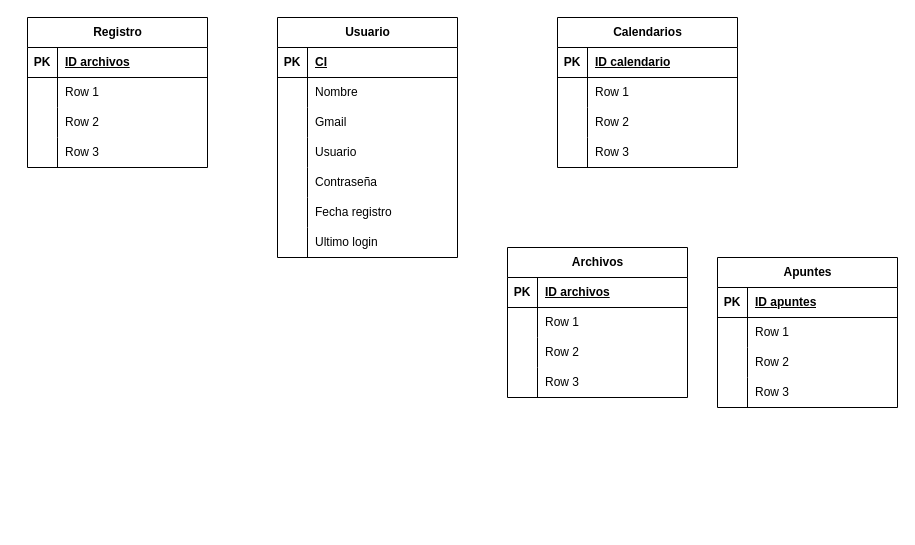
The draw.io diagram EDUCONNECTMR.drawio in Arcxcad/3ro-bt-informatica, before the edit. Source tidied: cells renumbered, new cells numbered last; positions are measured from the earlier drawing's top-left corner, leaving out a move shared by most shapes. Both pictures are drawn from the tidied source at 100%, with x=0, y=0 at pixel (27, 17).
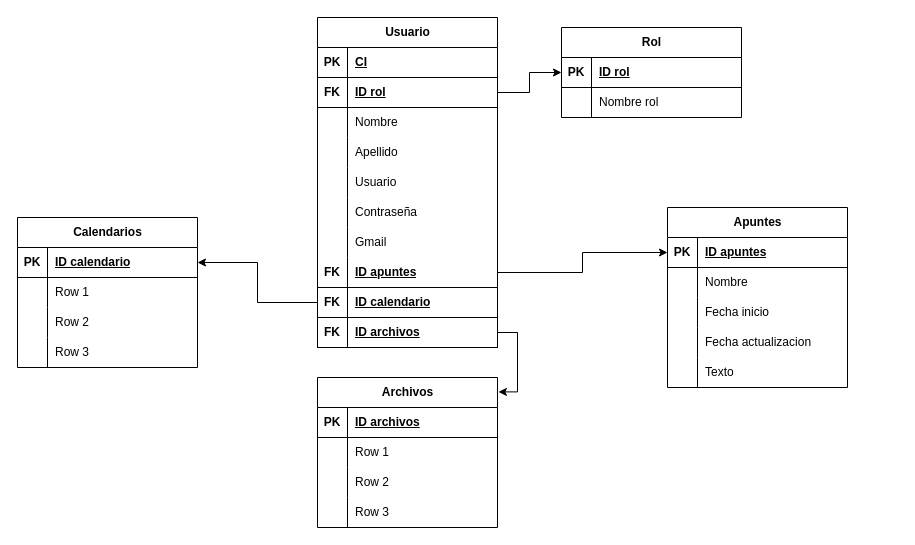
Above is the later version.

The change refers to these unchanged cells:
```xml
<mxCell id="21" style="shape=tableRow;horizontal=0;startSize=0;swimlaneHead=0;swimlaneBody=0;fillColor=none;top=0;left=0;right=0;bottom=0;" parent="2" vertex="1">
  <mxGeometry y="210" width="180" height="30" as="geometry" />
</mxCell>
<mxCell id="25" style="shape=tableRow;horizontal=0;startSize=0;swimlaneHead=0;swimlaneBody=0;fillColor=none;points=[[0,0.5],[1,0.5]];portConstraint=eastwest;top=0;left=0;right=0;bottom=1;" parent="24" vertex="1">
  <mxGeometry y="30" width="180" height="30" as="geometry" />
</mxCell>
<mxCell id="38" style="shape=tableRow;horizontal=0;startSize=0;swimlaneHead=0;swimlaneBody=0;fillColor=none;points=[[0,0.5],[1,0.5]];portConstraint=eastwest;top=0;left=0;right=0;bottom=1;" parent="37" vertex="1">
  <mxGeometry y="30" width="180" height="30" as="geometry" />
</mxCell>
<mxCell id="41" style="shape=tableRow;horizontal=0;startSize=0;swimlaneHead=0;swimlaneBody=0;fillColor=none;top=0;left=0;right=0;bottom=0;" parent="37" vertex="1">
  <mxGeometry y="60" width="180" height="30" as="geometry" />
</mxCell>
<mxCell id="44" style="shape=tableRow;horizontal=0;startSize=0;swimlaneHead=0;swimlaneBody=0;fillColor=none;top=0;left=0;right=0;bottom=0;" parent="37" vertex="1">
  <mxGeometry y="90" width="180" height="30" as="geometry" />
</mxCell>
<mxCell id="47" style="shape=tableRow;horizontal=0;startSize=0;swimlaneHead=0;swimlaneBody=0;fillColor=none;top=0;left=0;right=0;bottom=0;" parent="37" vertex="1">
  <mxGeometry y="120" width="180" height="30" as="geometry" />
</mxCell>
```

The edit, as a diff of the source:
```diff
@@
     <mxCell id="2" value="Usuario" style="shape=table;startSize=30;childLayout=tableLayout;rowLines=0;fontStyle=1;align=center;html=1;" parent="1" vertex="1">
-      <mxGeometry x="250" width="180" height="240" as="geometry" />
+      <mxGeometry x="290" width="180" height="330" as="geometry" />
     </mxCell>
@@
+    <mxCell id="76" style="shape=tableRow;horizontal=0;startSize=0;swimlaneHead=0;swimlaneBody=0;fillColor=none;points=[[0,0.5],[1,0.5]];portConstraint=eastwest;top=0;left=0;right=0;bottom=1;" parent="2" vertex="1">
+      <mxGeometry y="60" width="180" height="30" as="geometry" />
+    </mxCell>
+    <mxCell id="77" value="FK" style="shape=partialRectangle;fillColor=none;top=0;left=0;bottom=0;right=0;fontStyle=1;overflow=hidden;whiteSpace=wrap;html=1;" parent="76" vertex="1">
+      <mxGeometry width="30" height="30" as="geometry" />
+    </mxCell>
+    <mxCell id="78" value="ID rol" style="shape=partialRectangle;fillColor=none;top=0;left=0;bottom=0;right=0;align=left;spacingLeft=6;fontStyle=5;overflow=hidden;whiteSpace=wrap;html=1;" parent="76" vertex="1">
+      <mxGeometry x="30" width="150" height="30" as="geometry" />
+    </mxCell>
     <mxCell id="6" style="shape=tableRow;horizontal=0;startSize=0;swimlaneHead=0;swimlaneBody=0;fillColor=none;top=0;left=0;right=0;bottom=0;" parent="2" vertex="1">
-      <mxGeometry y="60" width="180" height="30" as="geometry" />
+      <mxGeometry y="90" width="180" height="30" as="geometry" />
     </mxCell>
@@
     <mxCell id="9" style="shape=tableRow;horizontal=0;startSize=0;swimlaneHead=0;swimlaneBody=0;fillColor=none;top=0;left=0;right=0;bottom=0;" parent="2" vertex="1">
-      <mxGeometry y="90" width="180" height="30" as="geometry" />
+      <mxGeometry y="120" width="180" height="30" as="geometry" />
     </mxCell>
@@
-    <mxCell id="11" value="Gmail" style="shape=partialRectangle;fillColor=none;top=0;left=0;bottom=0;right=0;align=left;spacingLeft=6;overflow=hidden;whiteSpace=wrap;html=1;" parent="9" vertex="1">
+    <mxCell id="11" value="Apellido" style="shape=partialRectangle;fillColor=none;top=0;left=0;bottom=0;right=0;align=left;spacingLeft=6;overflow=hidden;whiteSpace=wrap;html=1;" parent="9" vertex="1">
       <mxGeometry x="30" width="150" height="30" as="geometry" />
     </mxCell>
     <mxCell id="12" style="shape=tableRow;horizontal=0;startSize=0;swimlaneHead=0;swimlaneBody=0;fillColor=none;top=0;left=0;right=0;bottom=0;" parent="2" vertex="1">
-      <mxGeometry y="120" width="180" height="30" as="geometry" />
+      <mxGeometry y="150" width="180" height="30" as="geometry" />
     </mxCell>
@@
     <mxCell id="15" style="shape=tableRow;horizontal=0;startSize=0;swimlaneHead=0;swimlaneBody=0;fillColor=none;top=0;left=0;right=0;bottom=0;" parent="2" vertex="1">
-      <mxGeometry y="150" width="180" height="30" as="geometry" />
+      <mxGeometry y="180" width="180" height="30" as="geometry" />
     </mxCell>
@@
-    <mxCell id="18" style="shape=tableRow;horizontal=0;startSize=0;swimlaneHead=0;swimlaneBody=0;fillColor=none;top=0;left=0;right=0;bottom=0;" parent="2" vertex="1">
-      <mxGeometry y="180" width="180" height="30" as="geometry" />
-    </mxCell>
-    <mxCell id="19" style="shape=partialRectangle;fillColor=none;top=0;left=0;bottom=0;right=0;overflow=hidden;whiteSpace=wrap;html=1;" parent="18" vertex="1">
-      <mxGeometry width="30" height="30" as="geometry" />
-    </mxCell>
-    <mxCell id="20" value="Fecha registro" style="shape=partialRectangle;fillColor=none;top=0;left=0;bottom=0;right=0;align=left;spacingLeft=6;overflow=hidden;whiteSpace=wrap;html=1;" parent="18" vertex="1">
-      <mxGeometry x="30" width="150" height="30" as="geometry" />
-    </mxCell>
@@
-    <mxCell id="22" style="shape=partialRectangle;fillColor=none;top=0;left=0;bottom=0;right=0;overflow=hidden;whiteSpace=wrap;html=1;" parent="21" vertex="1">
-      <mxGeometry width="30" height="30" as="geometry" />
-    </mxCell>
-    <mxCell id="23" value="Ultimo login" style="shape=partialRectangle;fillColor=none;top=0;left=0;bottom=0;right=0;align=left;spacingLeft=6;overflow=hidden;whiteSpace=wrap;html=1;" parent="21" vertex="1">
-      <mxGeometry x="30" width="150" height="30" as="geometry" />
-    </mxCell>
+    <mxCell id="79" style="shape=partialRectangle;fillColor=none;top=0;left=0;bottom=0;right=0;overflow=hidden;whiteSpace=wrap;html=1;" parent="21" vertex="1">
+      <mxGeometry width="30" height="30" as="geometry" />
+    </mxCell>
+    <mxCell id="80" value="Gmail" style="shape=partialRectangle;fillColor=none;top=0;left=0;bottom=0;right=0;align=left;spacingLeft=6;overflow=hidden;whiteSpace=wrap;html=1;" parent="21" vertex="1">
+      <mxGeometry x="30" width="150" height="30" as="geometry" />
+    </mxCell>
+    <mxCell id="81" style="shape=tableRow;horizontal=0;startSize=0;swimlaneHead=0;swimlaneBody=0;fillColor=none;points=[[0,0.5],[1,0.5]];portConstraint=eastwest;top=0;left=0;right=0;bottom=1;" parent="2" vertex="1">
+      <mxGeometry y="240" width="180" height="30" as="geometry" />
+    </mxCell>
+    <mxCell id="82" value="FK" style="shape=partialRectangle;fillColor=none;top=0;left=0;bottom=0;right=0;fontStyle=1;overflow=hidden;whiteSpace=wrap;html=1;" parent="81" vertex="1">
+      <mxGeometry width="30" height="30" as="geometry" />
+    </mxCell>
+    <mxCell id="83" value="ID apuntes" style="shape=partialRectangle;fillColor=none;top=0;left=0;bottom=0;right=0;align=left;spacingLeft=6;fontStyle=5;overflow=hidden;whiteSpace=wrap;html=1;" parent="81" vertex="1">
+      <mxGeometry x="30" width="150" height="30" as="geometry" />
+    </mxCell>
+    <mxCell id="84" style="shape=tableRow;horizontal=0;startSize=0;swimlaneHead=0;swimlaneBody=0;fillColor=none;points=[[0,0.5],[1,0.5]];portConstraint=eastwest;top=0;left=0;right=0;bottom=1;" parent="2" vertex="1">
+      <mxGeometry y="270" width="180" height="30" as="geometry" />
+    </mxCell>
+    <mxCell id="85" value="FK" style="shape=partialRectangle;fillColor=none;top=0;left=0;bottom=0;right=0;fontStyle=1;overflow=hidden;whiteSpace=wrap;html=1;" parent="84" vertex="1">
+      <mxGeometry width="30" height="30" as="geometry" />
+    </mxCell>
+    <mxCell id="86" value="ID calendario" style="shape=partialRectangle;fillColor=none;top=0;left=0;bottom=0;right=0;align=left;spacingLeft=6;fontStyle=5;overflow=hidden;whiteSpace=wrap;html=1;" parent="84" vertex="1">
+      <mxGeometry x="30" width="150" height="30" as="geometry" />
+    </mxCell>
+    <mxCell id="87" style="shape=tableRow;horizontal=0;startSize=0;swimlaneHead=0;swimlaneBody=0;fillColor=none;points=[[0,0.5],[1,0.5]];portConstraint=eastwest;top=0;left=0;right=0;bottom=1;" parent="2" vertex="1">
+      <mxGeometry y="300" width="180" height="30" as="geometry" />
+    </mxCell>
+    <mxCell id="88" value="FK" style="shape=partialRectangle;fillColor=none;top=0;left=0;bottom=0;right=0;fontStyle=1;overflow=hidden;whiteSpace=wrap;html=1;" parent="87" vertex="1">
+      <mxGeometry width="30" height="30" as="geometry" />
+    </mxCell>
+    <mxCell id="66" value="ID archivos" style="shape=partialRectangle;fillColor=none;top=0;left=0;bottom=0;right=0;align=left;spacingLeft=6;fontStyle=5;overflow=hidden;whiteSpace=wrap;html=1;" parent="87" vertex="1">
+      <mxGeometry x="30" width="150" height="30" as="geometry" />
+    </mxCell>
     <mxCell id="24" value="Calendarios" style="shape=table;startSize=30;childLayout=tableLayout;rowLines=0;fontStyle=1;align=center;html=1;" parent="1" vertex="1">
-      <mxGeometry x="530" width="180" height="150" as="geometry" />
+      <mxGeometry x="-10" y="200" width="180" height="150" as="geometry" />
     </mxCell>
@@
     <mxCell id="37" value="Apuntes" style="shape=table;startSize=30;childLayout=tableLayout;rowLines=0;fontStyle=1;align=center;html=1;" parent="1" vertex="1">
-      <mxGeometry x="690" y="240" width="180" height="150" as="geometry" />
+      <mxGeometry x="640" y="190" width="180" height="180" as="geometry" />
     </mxCell>
@@
-    <mxCell id="43" value="Row 1" style="shape=partialRectangle;fillColor=none;top=0;left=0;bottom=0;right=0;align=left;spacingLeft=6;overflow=hidden;whiteSpace=wrap;html=1;" parent="41" vertex="1">
+    <mxCell id="43" value="Nombre" style="shape=partialRectangle;fillColor=none;top=0;left=0;bottom=0;right=0;align=left;spacingLeft=6;overflow=hidden;whiteSpace=wrap;html=1;" parent="41" vertex="1">
       <mxGeometry x="30" width="150" height="30" as="geometry" />
     </mxCell>
@@
-    <mxCell id="46" value="Row 2" style="shape=partialRectangle;fillColor=none;top=0;left=0;bottom=0;right=0;align=left;spacingLeft=6;overflow=hidden;whiteSpace=wrap;html=1;" parent="44" vertex="1">
+    <mxCell id="46" value="Fecha inicio" style="shape=partialRectangle;fillColor=none;top=0;left=0;bottom=0;right=0;align=left;spacingLeft=6;overflow=hidden;whiteSpace=wrap;html=1;" parent="44" vertex="1">
       <mxGeometry x="30" width="150" height="30" as="geometry" />
     </mxCell>
@@
-    <mxCell id="49" value="Row 3" style="shape=partialRectangle;fillColor=none;top=0;left=0;bottom=0;right=0;align=left;spacingLeft=6;overflow=hidden;whiteSpace=wrap;html=1;" parent="47" vertex="1">
+    <mxCell id="49" value="Fecha actualizacion" style="shape=partialRectangle;fillColor=none;top=0;left=0;bottom=0;right=0;align=left;spacingLeft=6;overflow=hidden;whiteSpace=wrap;html=1;" parent="47" vertex="1">
       <mxGeometry x="30" width="150" height="30" as="geometry" />
     </mxCell>
+    <mxCell id="89" style="shape=tableRow;horizontal=0;startSize=0;swimlaneHead=0;swimlaneBody=0;fillColor=none;top=0;left=0;right=0;bottom=0;" parent="37" vertex="1">
+      <mxGeometry y="150" width="180" height="30" as="geometry" />
+    </mxCell>
+    <mxCell id="90" style="shape=partialRectangle;fillColor=none;top=0;left=0;bottom=0;right=0;overflow=hidden;whiteSpace=wrap;html=1;" parent="89" vertex="1">
+      <mxGeometry width="30" height="30" as="geometry" />
+    </mxCell>
+    <mxCell id="91" value="Texto" style="shape=partialRectangle;fillColor=none;top=0;left=0;bottom=0;right=0;align=left;spacingLeft=6;overflow=hidden;whiteSpace=wrap;html=1;" parent="89" vertex="1">
+      <mxGeometry x="30" width="150" height="30" as="geometry" />
+    </mxCell>
     <mxCell id="50" value="Archivos" style="shape=table;startSize=30;childLayout=tableLayout;rowLines=0;fontStyle=1;align=center;html=1;" parent="1" vertex="1">
-      <mxGeometry x="480" y="230" width="180" height="150" as="geometry" />
+      <mxGeometry x="290" y="360" width="180" height="150" as="geometry" />
     </mxCell>
@@
-    <mxCell id="63" value="Registro" style="shape=table;startSize=30;childLayout=tableLayout;rowLines=0;fontStyle=1;align=center;html=1;" parent="1" vertex="1">
-      <mxGeometry width="180" height="150" as="geometry" />
-    </mxCell>
+    <mxCell id="92" value="Rol" style="shape=table;startSize=30;childLayout=tableLayout;rowLines=0;fontStyle=1;align=center;html=1;" parent="1" vertex="1">
+      <mxGeometry x="534" y="10" width="180" height="90" as="geometry" />
+    </mxCell>
-    <mxCell id="64" style="shape=tableRow;horizontal=0;startSize=0;swimlaneHead=0;swimlaneBody=0;fillColor=none;points=[[0,0.5],[1,0.5]];portConstraint=eastwest;top=0;left=0;right=0;bottom=1;" parent="63" vertex="1">
+    <mxCell id="64" style="shape=tableRow;horizontal=0;startSize=0;swimlaneHead=0;swimlaneBody=0;fillColor=none;points=[[0,0.5],[1,0.5]];portConstraint=eastwest;top=0;left=0;right=0;bottom=1;" parent="92" vertex="1">
       <mxGeometry y="30" width="180" height="30" as="geometry" />
     </mxCell>
@@
-    <mxCell id="66" value="ID archivos" style="shape=partialRectangle;fillColor=none;top=0;left=0;bottom=0;right=0;align=left;spacingLeft=6;fontStyle=5;overflow=hidden;whiteSpace=wrap;html=1;" parent="64" vertex="1">
-      <mxGeometry x="30" width="150" height="30" as="geometry" />
-    </mxCell>
+    <mxCell id="93" value="ID rol" style="shape=partialRectangle;fillColor=none;top=0;left=0;bottom=0;right=0;align=left;spacingLeft=6;fontStyle=5;overflow=hidden;whiteSpace=wrap;html=1;" parent="64" vertex="1">
+      <mxGeometry x="30" width="150" height="30" as="geometry" />
+    </mxCell>
-    <mxCell id="67" style="shape=tableRow;horizontal=0;startSize=0;swimlaneHead=0;swimlaneBody=0;fillColor=none;top=0;left=0;right=0;bottom=0;" parent="63" vertex="1">
+    <mxCell id="67" style="shape=tableRow;horizontal=0;startSize=0;swimlaneHead=0;swimlaneBody=0;fillColor=none;top=0;left=0;right=0;bottom=0;" parent="92" vertex="1">
       <mxGeometry y="60" width="180" height="30" as="geometry" />
     </mxCell>
-    <mxCell id="68" style="shape=partialRectangle;fillColor=none;top=0;left=0;bottom=0;right=0;overflow=hidden;whiteSpace=wrap;html=1;" parent="67" vertex="1">
-      <mxGeometry width="30" height="30" as="geometry" />
-    </mxCell>
-    <mxCell id="69" value="Row 1" style="shape=partialRectangle;fillColor=none;top=0;left=0;bottom=0;right=0;align=left;spacingLeft=6;overflow=hidden;whiteSpace=wrap;html=1;" parent="67" vertex="1">
-      <mxGeometry x="30" width="150" height="30" as="geometry" />
-    </mxCell>
-    <mxCell id="70" style="shape=tableRow;horizontal=0;startSize=0;swimlaneHead=0;swimlaneBody=0;fillColor=none;top=0;left=0;right=0;bottom=0;" parent="63" vertex="1">
-      <mxGeometry y="90" width="180" height="30" as="geometry" />
-    </mxCell>
-    <mxCell id="71" style="shape=partialRectangle;fillColor=none;top=0;left=0;bottom=0;right=0;overflow=hidden;whiteSpace=wrap;html=1;" parent="70" vertex="1">
-      <mxGeometry width="30" height="30" as="geometry" />
-    </mxCell>
-    <mxCell id="72" value="Row 2" style="shape=partialRectangle;fillColor=none;top=0;left=0;bottom=0;right=0;align=left;spacingLeft=6;overflow=hidden;whiteSpace=wrap;html=1;" parent="70" vertex="1">
-      <mxGeometry x="30" width="150" height="30" as="geometry" />
-    </mxCell>
-    <mxCell id="73" style="shape=tableRow;horizontal=0;startSize=0;swimlaneHead=0;swimlaneBody=0;fillColor=none;top=0;left=0;right=0;bottom=0;" parent="63" vertex="1">
-      <mxGeometry y="120" width="180" height="30" as="geometry" />
-    </mxCell>
-    <mxCell id="74" style="shape=partialRectangle;fillColor=none;top=0;left=0;bottom=0;right=0;overflow=hidden;whiteSpace=wrap;html=1;" parent="73" vertex="1">
-      <mxGeometry width="30" height="30" as="geometry" />
-    </mxCell>
-    <mxCell id="75" value="Row 3" style="shape=partialRectangle;fillColor=none;top=0;left=0;bottom=0;right=0;align=left;spacingLeft=6;overflow=hidden;whiteSpace=wrap;html=1;" parent="73" vertex="1">
-      <mxGeometry x="30" width="150" height="30" as="geometry" />
-    </mxCell>
+    <mxCell id="94" style="shape=partialRectangle;fillColor=none;top=0;left=0;bottom=0;right=0;overflow=hidden;whiteSpace=wrap;html=1;" parent="67" vertex="1">
+      <mxGeometry width="30" height="30" as="geometry" />
+    </mxCell>
+    <mxCell id="95" value="Nombre rol" style="shape=partialRectangle;fillColor=none;top=0;left=0;bottom=0;right=0;align=left;spacingLeft=6;overflow=hidden;whiteSpace=wrap;html=1;" parent="67" vertex="1">
+      <mxGeometry x="30" width="150" height="30" as="geometry" />
+    </mxCell>
+    <mxCell id="96" style="edgeStyle=orthogonalEdgeStyle;rounded=0;jettySize=auto;html=1;exitX=1;exitY=0.5;exitDx=0;exitDy=0;entryX=0;entryY=0.5;entryDx=0;entryDy=0;" parent="1" edge="1" source="76" target="64">
+      <mxGeometry relative="1" as="geometry" />
+    </mxCell>
+    <mxCell id="97" style="edgeStyle=orthogonalEdgeStyle;rounded=0;jettySize=auto;html=1;exitX=1;exitY=0.5;exitDx=0;exitDy=0;entryX=0;entryY=0.5;entryDx=0;entryDy=0;" parent="1" edge="1" source="81" target="38">
+      <mxGeometry relative="1" as="geometry" />
+    </mxCell>
+    <mxCell id="98" style="edgeStyle=orthogonalEdgeStyle;rounded=0;jettySize=auto;html=1;exitX=0;exitY=0.5;exitDx=0;exitDy=0;entryX=1;entryY=0.5;entryDx=0;entryDy=0;" parent="1" edge="1" source="84" target="25">
+      <mxGeometry relative="1" as="geometry" />
+    </mxCell>
+    <mxCell id="99" style="edgeStyle=orthogonalEdgeStyle;rounded=0;jettySize=auto;html=1;exitX=1;exitY=0.5;exitDx=0;exitDy=0;entryX=1.005;entryY=0.096;entryDx=0;entryDy=0;entryPerimeter=0;" parent="1" edge="1" source="87" target="50">
+      <mxGeometry relative="1" as="geometry" />
+    </mxCell>
```
